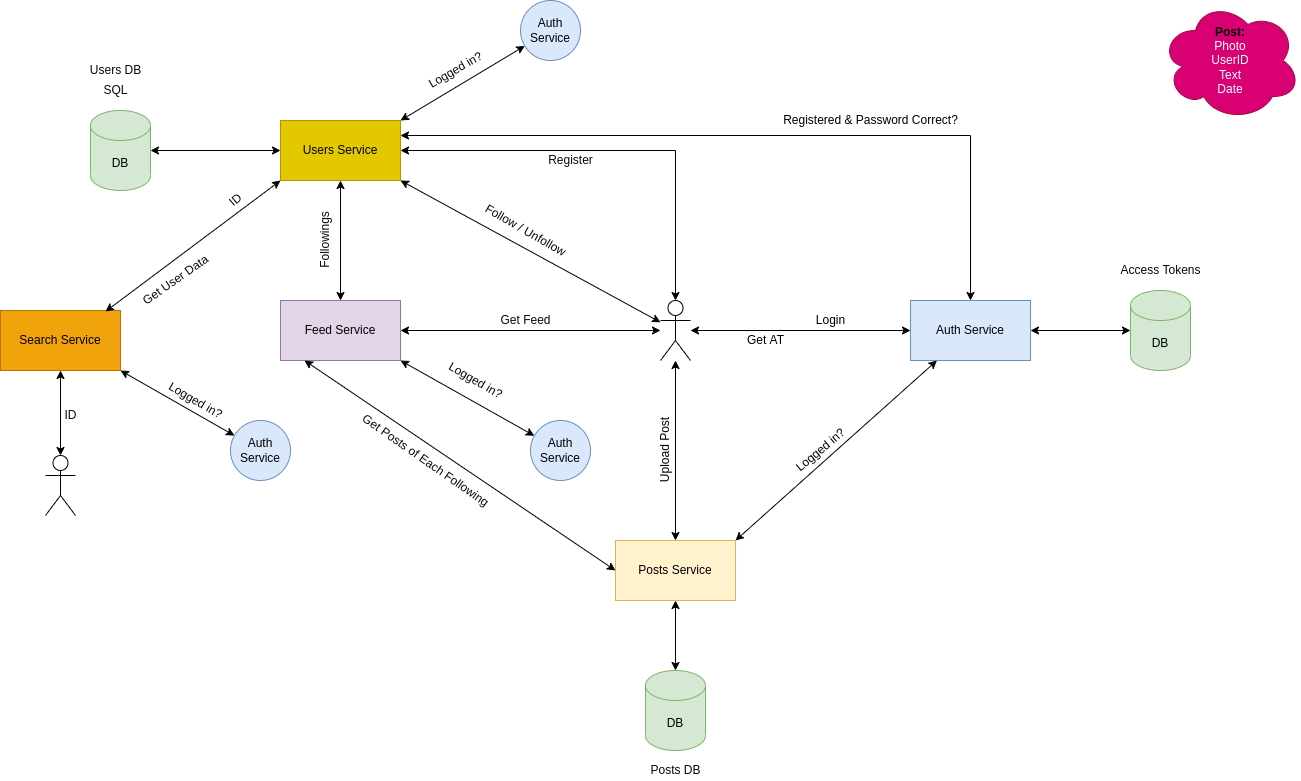
This is system design/Youlance System Design.drawio.png from youlance/proceedings, a draw.io export, as it was before one commit. Source tidied: cells renumbered, new cells last; positions are measured from the earlier drawing's top-left corner, leaving out a move shared by most shapes.
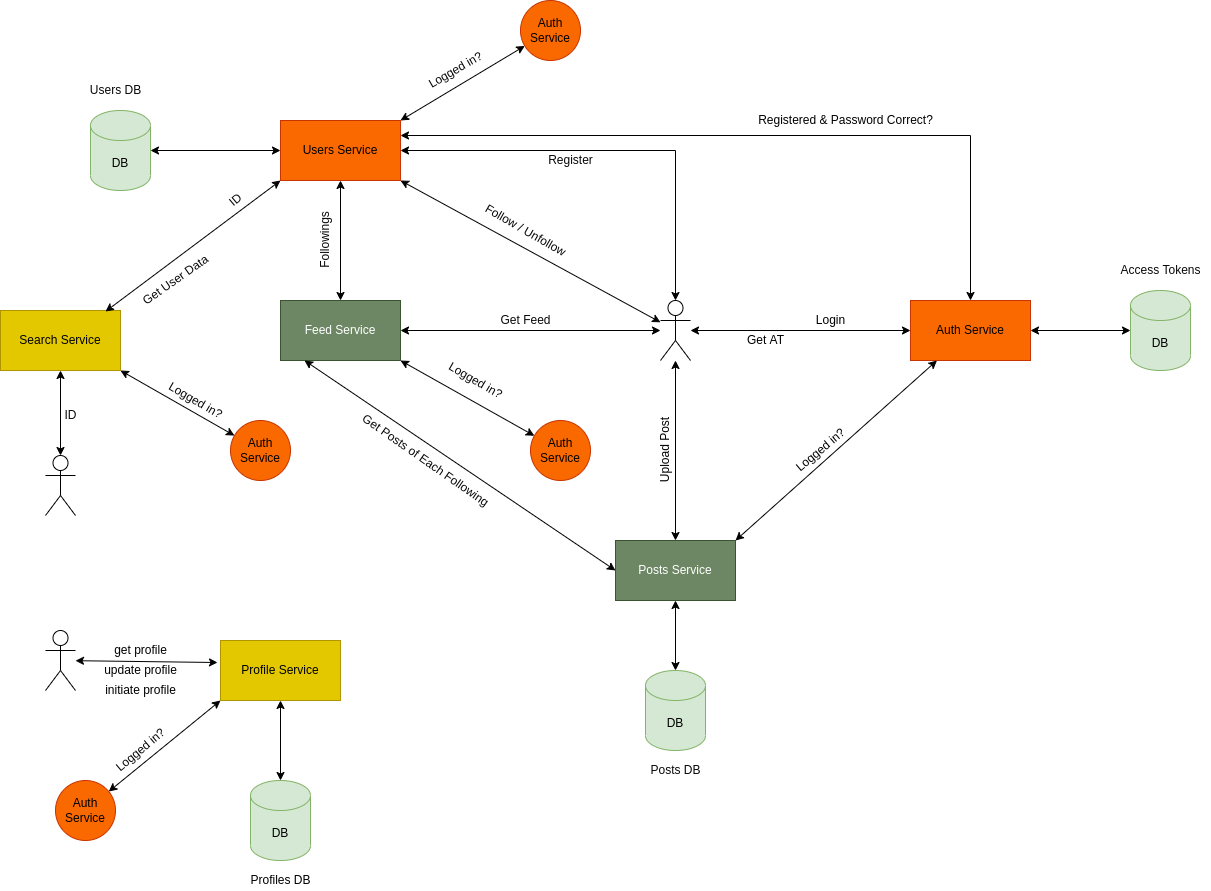
After the change.

Commit message:
system desing updated

The edit, as a diff of the source:
```diff
@@ -5,7 +5,7 @@
     <mxCell id="2" style="shape=umlActor;verticalLabelPosition=bottom;verticalAlign=top;html=1;outlineConnect=0;" parent="1" vertex="1">
       <mxGeometry x="660" y="300" width="30" height="60" as="geometry" />
     </mxCell>
-    <mxCell id="3" value="Auth Service" style="rounded=0;whiteSpace=wrap;html=1;fillColor=#dae8fc;strokeColor=#6c8ebf;" parent="1" vertex="1">
+    <mxCell id="3" value="Auth Service" style="rounded=0;whiteSpace=wrap;html=1;fillColor=#fa6800;strokeColor=#C73500;fontColor=#000000;" parent="1" vertex="1">
       <mxGeometry x="910" y="300" width="120" height="60" as="geometry" />
     </mxCell>
     <mxCell id="4" style="endArrow=classic;startArrow=classic;html=1;rounded=0;" parent="1" edge="1" source="2" target="3">
@@ -25,9 +25,9 @@
       </mxGeometry>
     </mxCell>
     <mxCell id="8" value="Registered &amp;amp; Password Correct?" style="text;html=1;align=center;verticalAlign=middle;strokeColor=none;fillColor=none;rotation=0;" parent="1" vertex="1">
-      <mxGeometry x="775" y="110" width="190" height="20" as="geometry" />
+      <mxGeometry x="750" y="110" width="190" height="20" as="geometry" />
     </mxCell>
-    <mxCell id="9" value="Posts Service" style="rounded=0;whiteSpace=wrap;html=1;fillColor=#fff2cc;strokeColor=#d6b656;" parent="1" vertex="1">
+    <mxCell id="9" value="Posts Service" style="rounded=0;whiteSpace=wrap;html=1;fillColor=#6d8764;strokeColor=#3A5431;fontColor=#ffffff;" parent="1" vertex="1">
       <mxGeometry x="615" y="540" width="120" height="60" as="geometry" />
     </mxCell>
     <mxCell id="10" style="endArrow=classic;startArrow=classic;html=1;rounded=0;" parent="1" edge="1" source="9" target="2">
@@ -42,9 +42,6 @@
     <mxCell id="13" value="Logged in?" style="text;html=1;align=center;verticalAlign=middle;strokeColor=none;fillColor=none;rotation=-40;" parent="1" vertex="1">
       <mxGeometry x="785" y="440" width="70" height="20" as="geometry" />
     </mxCell>
-    <mxCell id="14" value="&lt;b&gt;&lt;font color=&quot;#030303&quot;&gt;Post&lt;/font&gt;&lt;font color=&quot;#080808&quot;&gt;:&lt;br&gt;&lt;/font&gt;&lt;/b&gt;Photo&lt;br&gt;UserID&lt;br&gt;Text&lt;br&gt;Date" style="ellipse;shape=cloud;whiteSpace=wrap;html=1;fillColor=#d80073;fontColor=#ffffff;strokeColor=#A50040;" parent="1" vertex="1">
-      <mxGeometry x="1160" width="140" height="120" as="geometry" />
-    </mxCell>
     <mxCell id="15" value="DB" style="shape=cylinder3;whiteSpace=wrap;html=1;boundedLbl=1;backgroundOutline=1;size=15;fillColor=#d5e8d4;strokeColor=#82b366;" parent="1" vertex="1">
       <mxGeometry x="645" y="670" width="60" height="80" as="geometry" />
     </mxCell>
@@ -54,7 +51,7 @@
     <mxCell id="17" value="Posts DB" style="text;html=1;align=center;verticalAlign=middle;strokeColor=none;fillColor=none;fontColor=#080808;" parent="1" vertex="1">
       <mxGeometry x="640" y="760" width="70" height="20" as="geometry" />
     </mxCell>
-    <mxCell id="18" value="Feed Service" style="rounded=0;whiteSpace=wrap;html=1;fillColor=#e1d5e7;strokeColor=#9673a6;" parent="1" vertex="1">
+    <mxCell id="18" value="Feed Service" style="rounded=0;whiteSpace=wrap;html=1;fillColor=#6d8764;strokeColor=#3A5431;fontColor=#ffffff;" parent="1" vertex="1">
       <mxGeometry x="280" y="300" width="120" height="60" as="geometry" />
     </mxCell>
     <mxCell id="19" style="endArrow=classic;startArrow=classic;html=1;rounded=0;fontColor=#080808;" parent="1" edge="1" source="18">
@@ -71,7 +68,7 @@
     <mxCell id="22" value="Logged in?" style="text;html=1;align=center;verticalAlign=middle;strokeColor=none;fillColor=none;fontColor=#080808;rotation=30;" parent="1" vertex="1">
       <mxGeometry x="440" y="370" width="70" height="20" as="geometry" />
     </mxCell>
-    <mxCell id="23" value="Users Service" style="whiteSpace=wrap;html=1;fillColor=#e3c800;strokeColor=#B09500;fontColor=#000000;" parent="1" vertex="1">
+    <mxCell id="23" value="Users Service" style="whiteSpace=wrap;html=1;fillColor=#fa6800;strokeColor=#C73500;fontColor=#000000;" parent="1" vertex="1">
       <mxGeometry x="280" y="120" width="120" height="60" as="geometry" />
     </mxCell>
     <mxCell id="24" style="endArrow=classic;startArrow=classic;html=1;rounded=0;fontColor=#080808;entryX=1;entryY=1;entryDx=0;entryDy=0;" parent="1" edge="1" source="2" target="23">
@@ -84,7 +81,7 @@
       <mxGeometry x="90" y="110" width="60" height="80" as="geometry" />
     </mxCell>
     <mxCell id="27" value="Users DB" style="text;html=1;align=center;verticalAlign=middle;strokeColor=none;fillColor=none;fontColor=#080808;" parent="1" vertex="1">
-      <mxGeometry x="80" y="60" width="70" height="20" as="geometry" />
+      <mxGeometry x="80" y="80" width="70" height="20" as="geometry" />
     </mxCell>
     <mxCell id="28" style="endArrow=classic;startArrow=classic;html=1;rounded=0;fontColor=#080808;" parent="1" edge="1" source="26" target="23">
       <mxGeometry relative="1" as="geometry" />
@@ -95,7 +92,7 @@
     <mxCell id="30" value="Followings" style="text;html=1;align=center;verticalAlign=middle;strokeColor=none;fillColor=none;fontColor=#080808;rotation=-90;" parent="1" vertex="1">
       <mxGeometry x="290" y="230" width="70" height="20" as="geometry" />
     </mxCell>
-    <mxCell id="31" value="Auth Service" style="ellipse;whiteSpace=wrap;html=1;fillColor=#dae8fc;strokeColor=#6c8ebf;" parent="1" vertex="1">
+    <mxCell id="31" value="Auth Service" style="ellipse;whiteSpace=wrap;html=1;fillColor=#fa6800;strokeColor=#C73500;fontColor=#000000;" parent="1" vertex="1">
       <mxGeometry x="530" y="420" width="60" height="60" as="geometry" />
     </mxCell>
     <mxCell id="32" style="endArrow=classic;startArrow=classic;html=1;rounded=0;fontColor=#080808;exitX=0.2;exitY=1;exitDx=0;exitDy=0;exitPerimeter=0;entryX=0;entryY=0.5;entryDx=0;entryDy=0;" parent="1" edge="1" source="18" target="9">
@@ -110,16 +107,13 @@
     <mxCell id="35" value="Logged in?" style="text;html=1;align=center;verticalAlign=middle;strokeColor=none;fillColor=none;fontColor=#080808;rotation=-30;" parent="1" vertex="1">
       <mxGeometry x="420" y="60" width="70" height="20" as="geometry" />
     </mxCell>
-    <mxCell id="36" value="Auth Service" style="ellipse;whiteSpace=wrap;html=1;fillColor=#dae8fc;strokeColor=#6c8ebf;" parent="1" vertex="1">
+    <mxCell id="36" value="Auth Service" style="ellipse;whiteSpace=wrap;html=1;fillColor=#fa6800;strokeColor=#C73500;fontColor=#000000;" parent="1" vertex="1">
       <mxGeometry x="520" width="60" height="60" as="geometry" />
     </mxCell>
-    <mxCell id="37" value="SQL" style="text;html=1;align=center;verticalAlign=middle;strokeColor=none;fillColor=none;fontColor=#080808;" parent="1" vertex="1">
-      <mxGeometry x="95" y="80" width="40" height="20" as="geometry" />
-    </mxCell>
     <mxCell id="38" style="shape=umlActor;verticalLabelPosition=bottom;verticalAlign=top;html=1;outlineConnect=0;fontColor=#080808;" parent="1" vertex="1">
       <mxGeometry x="45" y="455" width="30" height="60" as="geometry" />
     </mxCell>
-    <mxCell id="39" value="Search Service" style="rounded=0;whiteSpace=wrap;html=1;fontColor=#000000;fillColor=#f0a30a;strokeColor=#BD7000;" parent="1" vertex="1">
+    <mxCell id="39" value="Search Service" style="rounded=0;whiteSpace=wrap;html=1;fontColor=#000000;fillColor=#e3c800;strokeColor=#B09500;" parent="1" vertex="1">
       <mxGeometry y="310" width="120" height="60" as="geometry" />
     </mxCell>
     <mxCell id="40" style="endArrow=classic;startArrow=classic;html=1;rounded=0;fontColor=#080808;entryX=0.5;entryY=1;entryDx=0;entryDy=0;exitX=0.5;exitY=0;exitDx=0;exitDy=0;exitPerimeter=0;" parent="1" edge="1" source="38" target="39">
@@ -162,8 +156,44 @@
     <mxCell id="51" value="Logged in?" style="text;html=1;align=center;verticalAlign=middle;strokeColor=none;fillColor=none;fontColor=#080808;rotation=30;" parent="1" vertex="1">
       <mxGeometry x="160" y="390" width="70" height="20" as="geometry" />
     </mxCell>
-    <mxCell id="52" value="Auth Service" style="ellipse;whiteSpace=wrap;html=1;fillColor=#dae8fc;strokeColor=#6c8ebf;" parent="1" vertex="1">
+    <mxCell id="52" value="Auth Service" style="ellipse;whiteSpace=wrap;html=1;fillColor=#fa6800;strokeColor=#C73500;fontColor=#000000;" parent="1" vertex="1">
       <mxGeometry x="230" y="420" width="60" height="60" as="geometry" />
     </mxCell>
+    <mxCell id="53" style="shape=umlActor;verticalLabelPosition=bottom;verticalAlign=top;html=1;outlineConnect=0;" parent="1" vertex="1">
+      <mxGeometry x="45" y="630" width="30" height="60" as="geometry" />
+    </mxCell>
+    <mxCell id="54" value="Profile Service" style="rounded=0;whiteSpace=wrap;html=1;fillColor=#e3c800;strokeColor=#B09500;fontColor=#000000;" parent="1" vertex="1">
+      <mxGeometry x="220" y="640" width="120" height="60" as="geometry" />
+    </mxCell>
+    <mxCell id="55" style="endArrow=classic;startArrow=classic;html=1;rounded=0;entryX=-0.025;entryY=0.367;entryDx=0;entryDy=0;entryPerimeter=0;" parent="1" edge="1" source="53" target="54">
+      <mxGeometry relative="1" as="geometry" />
+    </mxCell>
+    <mxCell id="56" value="DB" style="shape=cylinder3;whiteSpace=wrap;html=1;boundedLbl=1;backgroundOutline=1;size=15;fillColor=#d5e8d4;strokeColor=#82b366;" parent="1" vertex="1">
+      <mxGeometry x="250" y="780" width="60" height="80" as="geometry" />
+    </mxCell>
+    <mxCell id="57" value="Profiles DB" style="text;html=1;align=center;verticalAlign=middle;strokeColor=none;fillColor=none;" parent="1" vertex="1">
+      <mxGeometry x="240" y="870" width="80" height="20" as="geometry" />
+    </mxCell>
+    <mxCell id="58" style="endArrow=classic;startArrow=classic;html=1;rounded=0;" parent="1" edge="1" source="56" target="54">
+      <mxGeometry relative="1" as="geometry" />
+    </mxCell>
+    <mxCell id="59" value="get profile" style="text;html=1;align=center;verticalAlign=middle;strokeColor=none;fillColor=none;" parent="1" vertex="1">
+      <mxGeometry x="105" y="640" width="70" height="20" as="geometry" />
+    </mxCell>
+    <mxCell id="60" value="update profile" style="text;html=1;align=center;verticalAlign=middle;strokeColor=none;fillColor=none;" parent="1" vertex="1">
+      <mxGeometry x="95" y="660" width="90" height="20" as="geometry" />
+    </mxCell>
+    <mxCell id="61" style="endArrow=classic;startArrow=classic;html=1;rounded=0;fontColor=#080808;exitX=0;exitY=1;exitDx=0;exitDy=0;" parent="1" edge="1" source="54" target="63">
+      <mxGeometry relative="1" as="geometry" />
+    </mxCell>
+    <mxCell id="62" value="Logged in?" style="text;html=1;align=center;verticalAlign=middle;strokeColor=none;fillColor=none;fontColor=#080808;rotation=-40;" parent="1" vertex="1">
+      <mxGeometry x="105" y="740" width="70" height="20" as="geometry" />
+    </mxCell>
+    <mxCell id="63" value="Auth Service" style="ellipse;whiteSpace=wrap;html=1;fillColor=#fa6800;strokeColor=#C73500;fontColor=#000000;" parent="1" vertex="1">
+      <mxGeometry x="55" y="780" width="60" height="60" as="geometry" />
+    </mxCell>
+    <mxCell id="64" value="initiate profile" style="text;html=1;align=center;verticalAlign=middle;strokeColor=none;fillColor=none;" parent="1" vertex="1">
+      <mxGeometry x="95" y="680" width="90" height="20" as="geometry" />
+    </mxCell>
   </root>
 </mxGraphModel>
```
